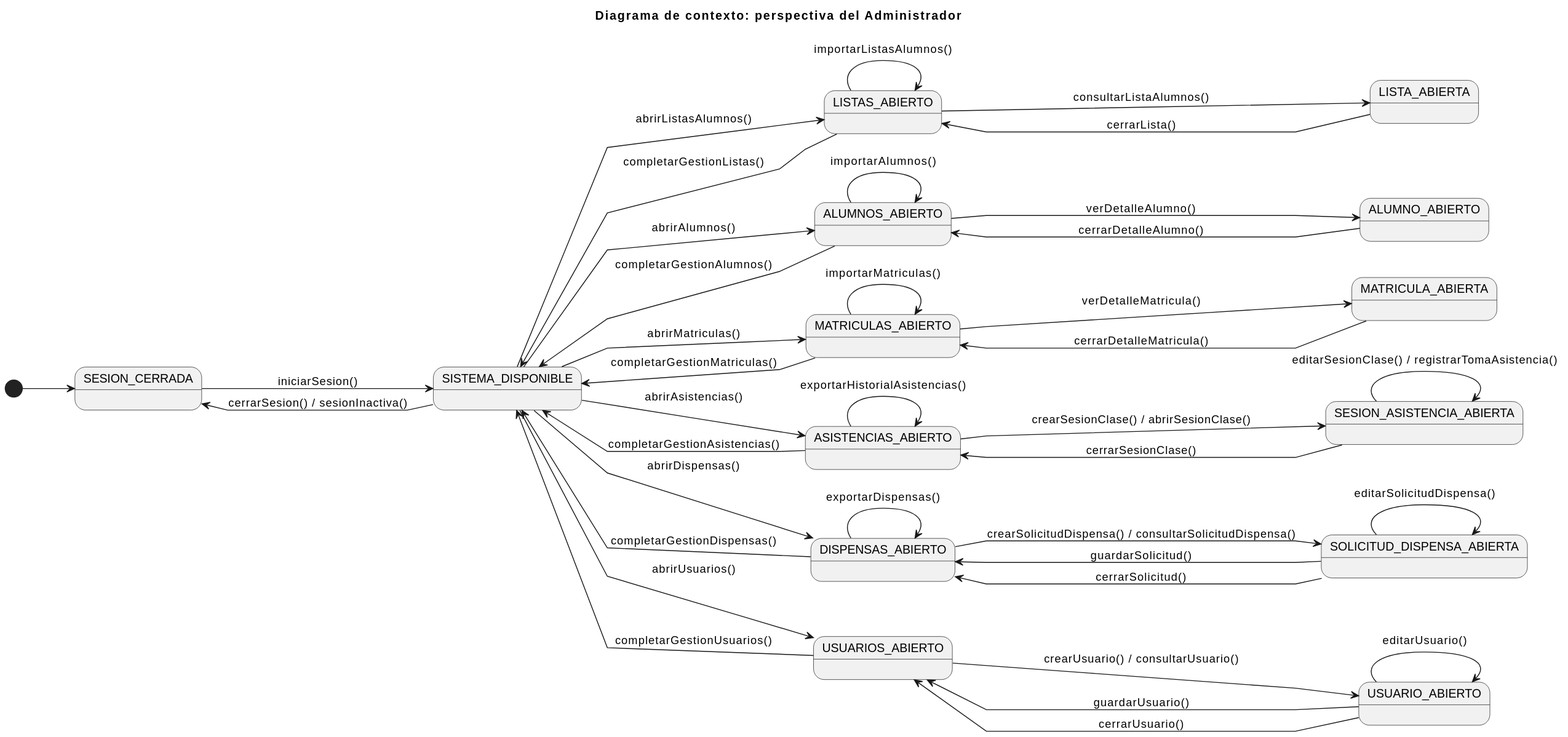
Earlier version of the PlantUML export RUP/00-requisitos/CasosDeUso/DiagramaDeContexto/DiagramaDeContexto.svg (SdeCos/25-26-idsw2-sdVC). Its diagram source:
```plantuml
@startuml
title Diagrama de contexto: perspectiva del Administrador
left to right direction
skinparam linetype polyline

[*] --> SESION_CERRADA

SESION_CERRADA --> SISTEMA_DISPONIBLE : iniciarSesion()
SISTEMA_DISPONIBLE --> SESION_CERRADA : cerrarSesion() / sesionInactiva()

SISTEMA_DISPONIBLE --> LISTAS_ABIERTO : abrirListasAlumnos()
LISTAS_ABIERTO --> SISTEMA_DISPONIBLE : completarGestionListas()

LISTAS_ABIERTO --> LISTAS_ABIERTO : importarListasAlumnos()

LISTAS_ABIERTO --> LISTA_ABIERTA : consultarListaAlumnos()
LISTA_ABIERTA --> LISTAS_ABIERTO : cerrarLista()

SISTEMA_DISPONIBLE --> ALUMNOS_ABIERTO : abrirAlumnos()
ALUMNOS_ABIERTO --> SISTEMA_DISPONIBLE : completarGestionAlumnos()

ALUMNOS_ABIERTO --> ALUMNOS_ABIERTO : importarAlumnos()
ALUMNOS_ABIERTO --> ALUMNO_ABIERTO : verDetalleAlumno()

ALUMNO_ABIERTO --> ALUMNOS_ABIERTO : cerrarDetalleAlumno()

SISTEMA_DISPONIBLE --> MATRICULAS_ABIERTO : abrirMatriculas()
MATRICULAS_ABIERTO --> SISTEMA_DISPONIBLE : completarGestionMatriculas()

MATRICULAS_ABIERTO --> MATRICULAS_ABIERTO : importarMatriculas()
MATRICULAS_ABIERTO --> MATRICULA_ABIERTA : verDetalleMatricula()

MATRICULA_ABIERTA --> MATRICULAS_ABIERTO : cerrarDetalleMatricula()

SISTEMA_DISPONIBLE --> ASISTENCIAS_ABIERTO : abrirAsistencias()
ASISTENCIAS_ABIERTO --> SISTEMA_DISPONIBLE : completarGestionAsistencias()

ASISTENCIAS_ABIERTO --> ASISTENCIAS_ABIERTO        : exportarHistorialAsistencias()
ASISTENCIAS_ABIERTO --> SESION_ASISTENCIA_ABIERTA : crearSesionClase() / abrirSesionClase()

SESION_ASISTENCIA_ABIERTA --> SESION_ASISTENCIA_ABIERTA : editarSesionClase() / registrarTomaAsistencia()
SESION_ASISTENCIA_ABIERTA --> ASISTENCIAS_ABIERTO      : cerrarSesionClase()

SISTEMA_DISPONIBLE --> DISPENSAS_ABIERTO : abrirDispensas()
DISPENSAS_ABIERTO --> SISTEMA_DISPONIBLE : completarGestionDispensas()

DISPENSAS_ABIERTO --> SOLICITUD_DISPENSA_ABIERTA : crearSolicitudDispensa() / consultarSolicitudDispensa()
DISPENSAS_ABIERTO --> DISPENSAS_ABIERTO         : exportarDispensas()

SOLICITUD_DISPENSA_ABIERTA --> SOLICITUD_DISPENSA_ABIERTA : editarSolicitudDispensa()
SOLICITUD_DISPENSA_ABIERTA --> DISPENSAS_ABIERTO         : guardarSolicitud()
SOLICITUD_DISPENSA_ABIERTA --> DISPENSAS_ABIERTO         : cerrarSolicitud()

SISTEMA_DISPONIBLE --> USUARIOS_ABIERTO : abrirUsuarios()
USUARIOS_ABIERTO --> SISTEMA_DISPONIBLE : completarGestionUsuarios()

USUARIOS_ABIERTO --> USUARIO_ABIERTO : crearUsuario() / consultarUsuario()

USUARIO_ABIERTO --> USUARIO_ABIERTO   : editarUsuario()
USUARIO_ABIERTO --> USUARIOS_ABIERTO  : guardarUsuario()
USUARIO_ABIERTO --> USUARIOS_ABIERTO  : cerrarUsuario()
@enduml
```
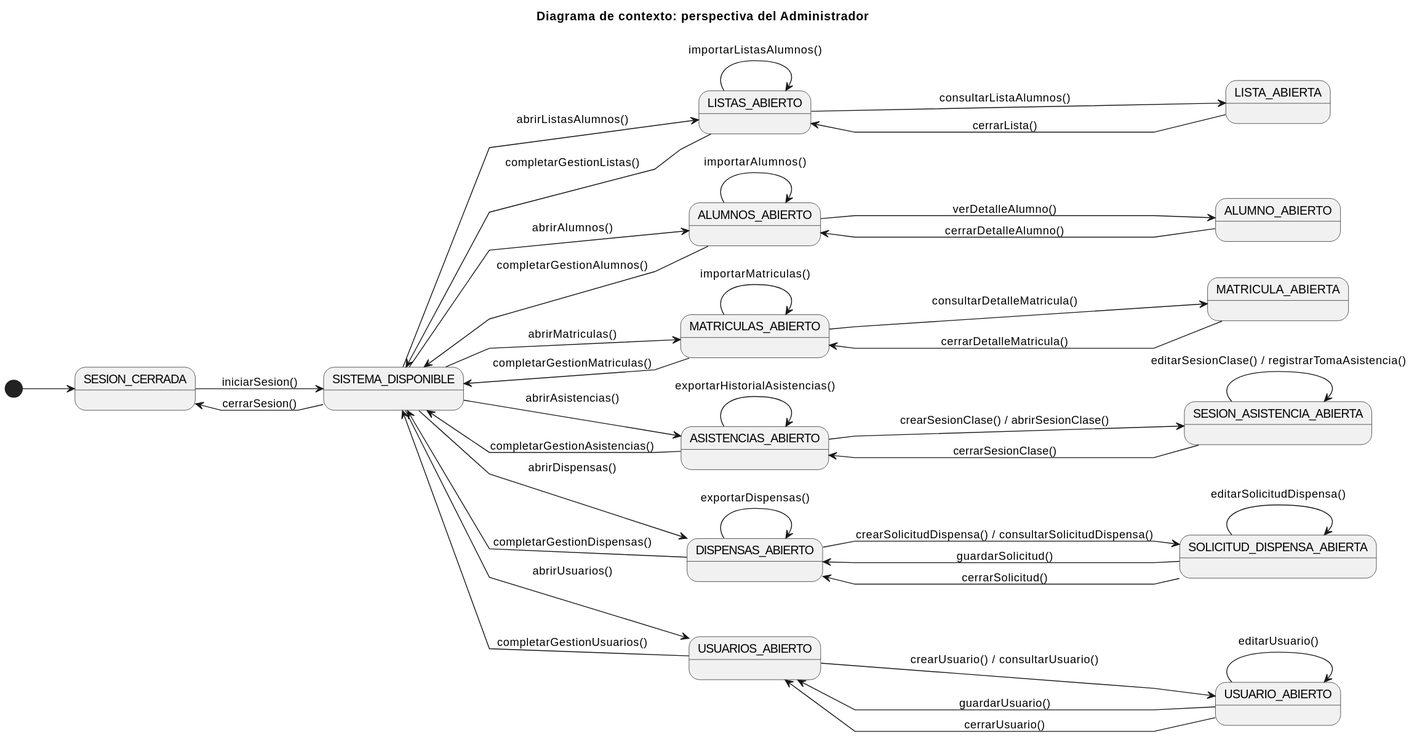
Above is the later version.

Diff of the diagram source:
```diff
@@ -6,7 +6,7 @@
 [*] --> SESION_CERRADA
 
 SESION_CERRADA --> SISTEMA_DISPONIBLE : iniciarSesion()
-SISTEMA_DISPONIBLE --> SESION_CERRADA : cerrarSesion() / sesionInactiva()
+SISTEMA_DISPONIBLE --> SESION_CERRADA : cerrarSesion()
 
 SISTEMA_DISPONIBLE --> LISTAS_ABIERTO : abrirListasAlumnos()
 LISTAS_ABIERTO --> SISTEMA_DISPONIBLE : completarGestionListas()
@@ -28,7 +28,7 @@
 MATRICULAS_ABIERTO --> SISTEMA_DISPONIBLE : completarGestionMatriculas()
 
 MATRICULAS_ABIERTO --> MATRICULAS_ABIERTO : importarMatriculas()
-MATRICULAS_ABIERTO --> MATRICULA_ABIERTA : verDetalleMatricula()
+MATRICULAS_ABIERTO --> MATRICULA_ABIERTA : consultarDetalleMatricula()
 
 MATRICULA_ABIERTA --> MATRICULAS_ABIERTO : cerrarDetalleMatricula()
 
```
